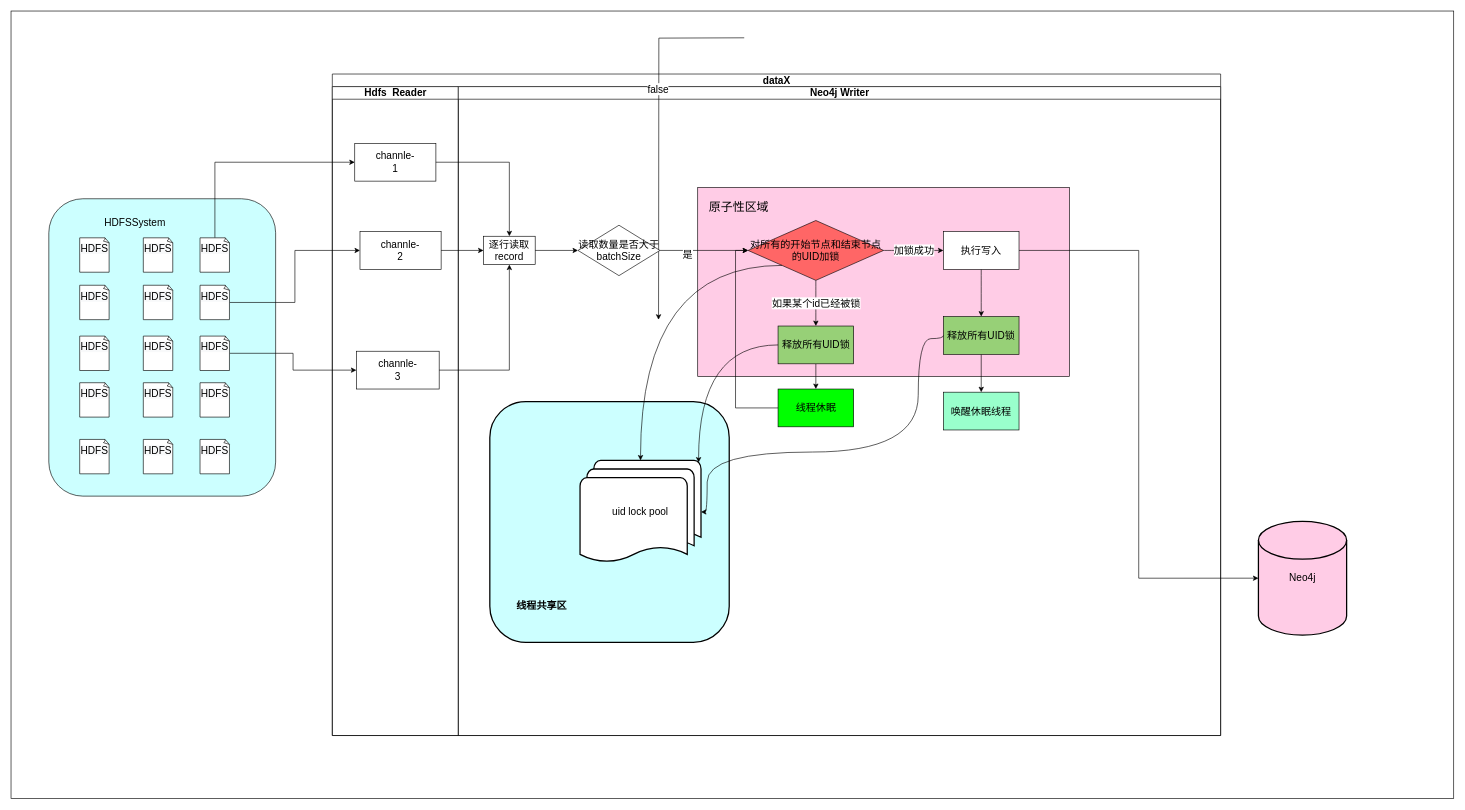
Earlier version of the draw.io diagram draw-io/dataX-neo4j关系增量原理图.drawio (bigbaibaibai/drawIo). Source tidied: cells renumbered, new cells numbered last; positions are measured from the earlier drawing's top-left corner, leaving out a move shared by most shapes. Both pictures are drawn from the tidied source at 63%, with x=0, y=0 at pixel (11, 11).
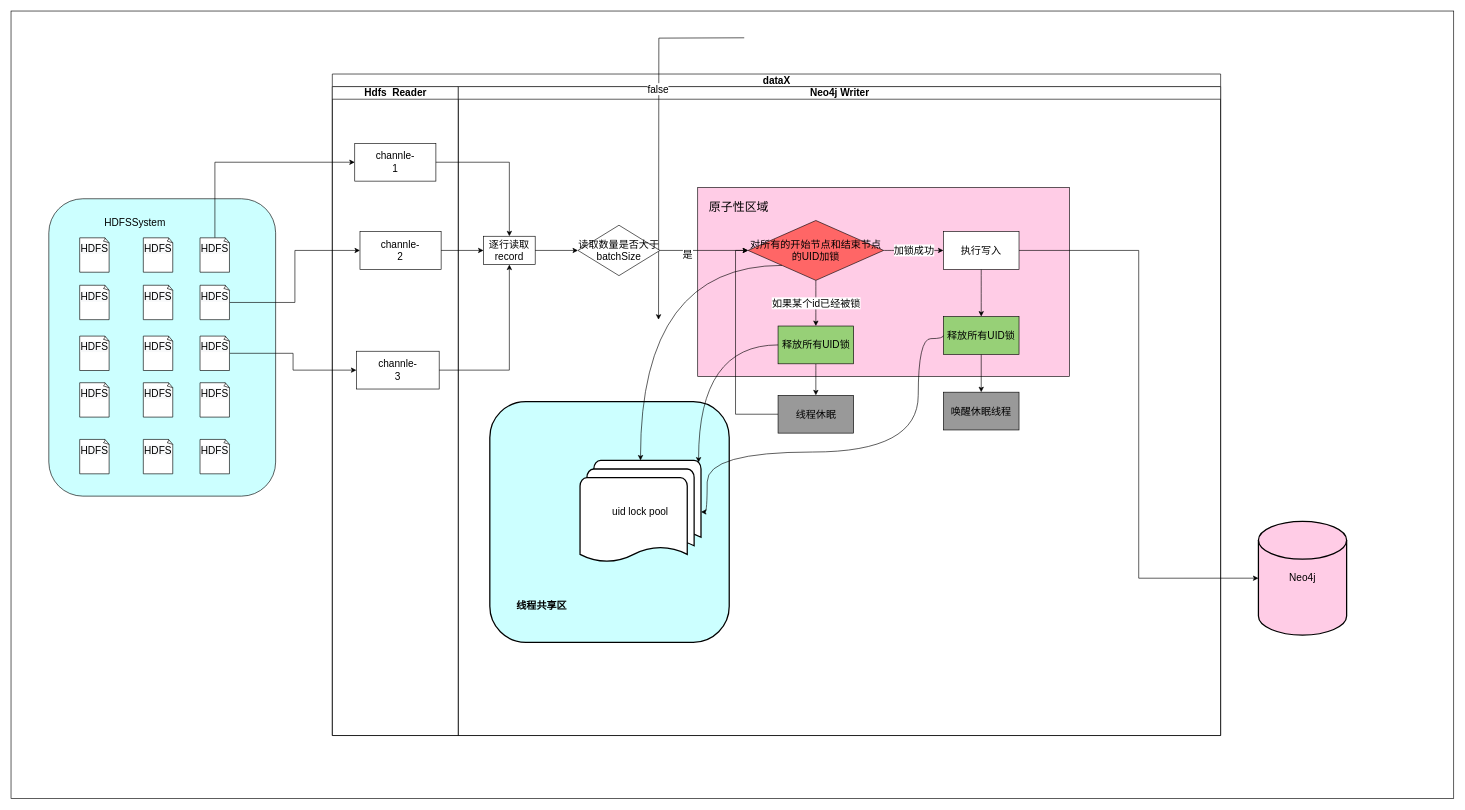
Above is the later version.

Commit message (it also covers changes not shown here):
更新dataX-neo4j关系增量原理图.drawio

The change refers to these unchanged cells:
```xml
<mxCell id="15" value="Neo4j Writer" style="swimlane;startSize=20;html=1;rounded=0;gradientColor=none;fontSize=16;" parent="4" vertex="1">
  <mxGeometry x="200" y="20" width="1210" height="1030" as="geometry" />
</mxCell>
```

The edit, as a diff of the source:
```diff
@@
-    <mxCell id="39" value="唤醒休眠线程" style="whiteSpace=wrap;html=1;fontSize=16;rounded=0;fillColor=#99FFCC;" parent="15" vertex="1">
+    <mxCell id="39" value="唤醒休眠线程" style="whiteSpace=wrap;html=1;fontSize=16;rounded=0;fillColor=#999999;" parent="15" vertex="1">
       <mxGeometry x="770" y="485" width="120" height="60" as="geometry" />
     </mxCell>
-    <mxCell id="40" value="线程休眠" style="whiteSpace=wrap;html=1;fontSize=16;rounded=0;fillColor=#00FF00;" parent="15" vertex="1">
-      <mxGeometry x="507.5" y="480" width="120" height="60" as="geometry" />
+    <mxCell id="40" value="线程休眠" style="whiteSpace=wrap;html=1;fontSize=16;rounded=0;fillColor=#999999;" parent="15" vertex="1">
+      <mxGeometry x="507.5" y="490" width="120" height="60" as="geometry" />
     </mxCell>
```
